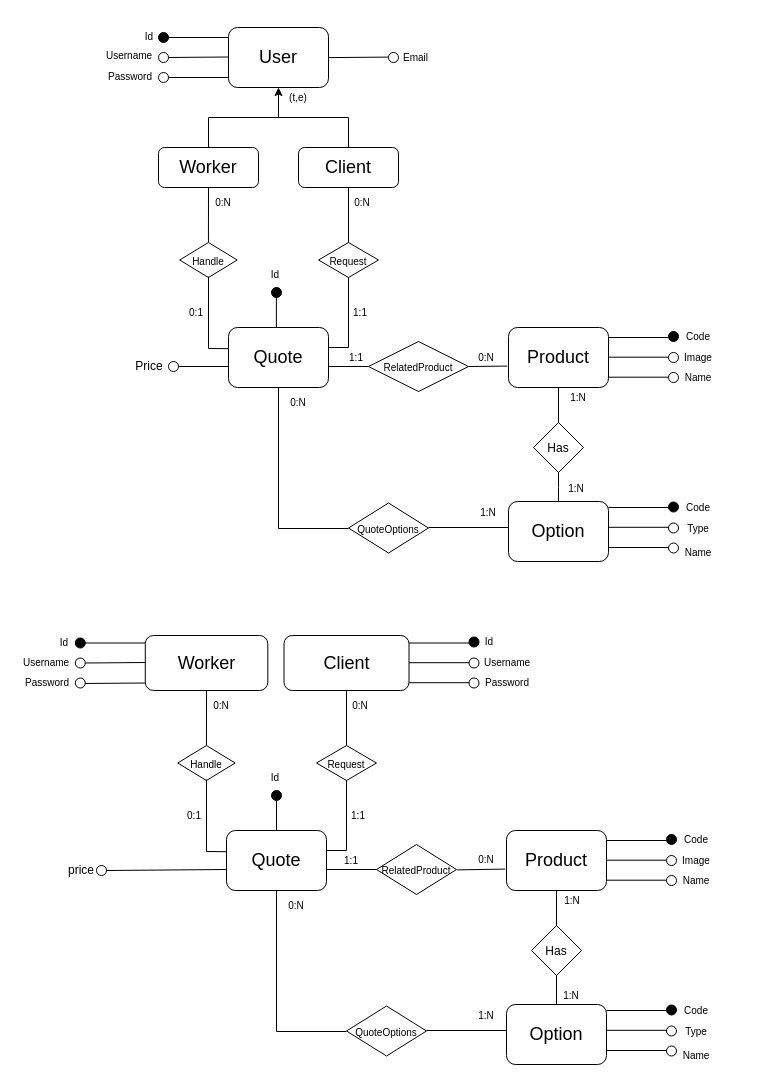
Before: db/quotemanagementdesign.drawio in ManuMerlo/Web-App-Project-TIW-2022-Inghilleri-Merlo, a draw.io diagram. Source tidied: cells renumbered, new cells numbered last; positions are measured from the earlier drawing's top-left corner, leaving out a move shared by most shapes. Both pictures are drawn from the tidied source at 100%, with x=0, y=0 at pixel (17, 19).
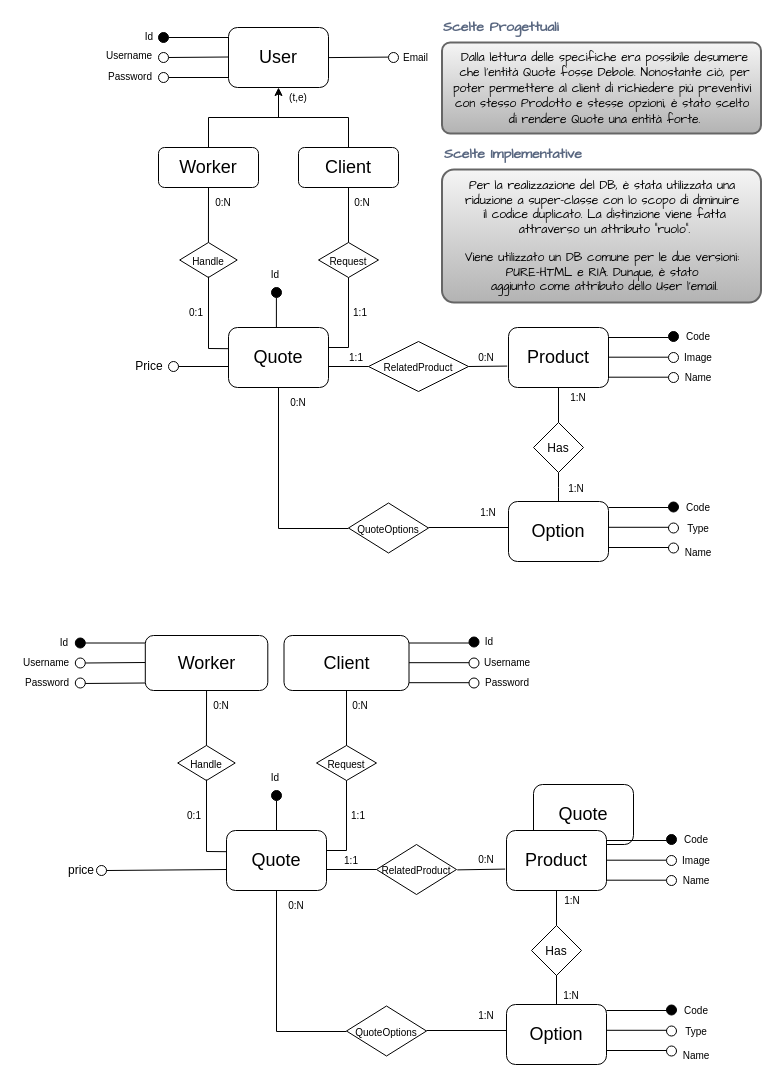
Above is the later version.

Diff of the diagram source:
```diff
@@
     <mxCell id="19" value="&lt;font style=&quot;font-size: 18px&quot;&gt;Quote&lt;/font&gt;" style="rounded=1;whiteSpace=wrap;html=1;" parent="1" vertex="1">
-      <mxGeometry x="211" y="308" width="100" height="60" as="geometry" />
+      <mxGeometry x="516" y="765" width="100" height="60" as="geometry" />
     </mxCell>
@@
+    <mxCell id="152" value="&lt;font style=&quot;font-size: 14px;&quot;&gt;Scelte Progettuali&amp;nbsp;&lt;/font&gt;" style="fillColor=none;strokeColor=none;html=1;fontSize=11;fontStyle=0;align=left;fontColor=#596780;fontStyle=1;fontSize=11;fontFamily=Architects Daughter;" parent="1" vertex="1">
+      <mxGeometry x="424" y="-2" width="240" height="20" as="geometry" />
+    </mxCell>
+    <mxCell id="153" value="&lt;font style=&quot;font-size: 12px;&quot; face=&quot;Architects Daughter&quot;&gt;Dalla lettura delle specifiche era possibile desumere &lt;br&gt;che l'entità Quote fosse Debole. Nonostante ciò, per&lt;br&gt;poter permettere al client di richiedere più preventivi&amp;nbsp;&lt;br&gt;con stesso Prodotto e stesse opzioni, è stato scelto&amp;nbsp;&lt;br&gt;di rendere Quote una entità forte.&lt;/font&gt;" style="rounded=1;arcSize=9;fillColor=#f5f5f5;align=center;spacingLeft=5;strokeColor=#666666;html=1;strokeWidth=2;fontSize=12;gradientColor=#b3b3b3;" parent="1" vertex="1">
+      <mxGeometry x="424.5" y="23" width="319" height="91" as="geometry" />
+    </mxCell>
+    <mxCell id="154" value="&lt;font style=&quot;font-size: 14px;&quot;&gt;Scelte Implementative&lt;/font&gt;" style="fillColor=none;strokeColor=none;html=1;fontSize=11;fontStyle=0;align=left;fontColor=#596780;fontStyle=1;fontSize=11;fontFamily=Architects Daughter;" parent="1" vertex="1">
+      <mxGeometry x="424.5" y="125" width="240" height="20" as="geometry" />
+    </mxCell>
+    <mxCell id="155" value="&lt;div style=&quot;&quot;&gt;&lt;span style=&quot;font-family: &amp;quot;Architects Daughter&amp;quot;; background-color: initial;&quot;&gt;Per la realizzazione del DB, è stata utilizzata una&amp;nbsp;&lt;/span&gt;&lt;/div&gt;&lt;font style=&quot;&quot; face=&quot;Architects Daughter&quot;&gt;&lt;div style=&quot;font-size: 12px;&quot;&gt;&lt;span style=&quot;background-color: initial;&quot;&gt;riduzione a super-classe con lo scopo di diminuire&amp;nbsp;&lt;/span&gt;&lt;/div&gt;&lt;div style=&quot;font-size: 12px;&quot;&gt;&lt;span style=&quot;background-color: initial;&quot;&gt;il codice duplicato. La distinzione viene fatta&lt;/span&gt;&lt;/div&gt;&lt;div style=&quot;font-size: 12px;&quot;&gt;&lt;span style=&quot;background-color: initial;&quot;&gt;attraverso un attributo &quot;ruolo&quot;.&lt;/span&gt;&lt;/div&gt;&lt;div style=&quot;&quot;&gt;&lt;br&gt;&lt;/div&gt;&lt;div style=&quot;&quot;&gt;&lt;span style=&quot;background-color: initial;&quot;&gt;Viene utilizzato un DB comune per le due versioni:&amp;nbsp;&lt;/span&gt;&lt;/div&gt;&lt;div style=&quot;&quot;&gt;&lt;span style=&quot;background-color: initial;&quot;&gt;PURE-HTML e RIA. Dunque,&lt;/span&gt;&lt;span style=&quot;background-color: initial;&quot;&gt;&amp;nbsp;è stato&amp;nbsp;&lt;/span&gt;&lt;/div&gt;&lt;div style=&quot;&quot;&gt;&lt;span style=&quot;background-color: initial;&quot;&gt;aggiunto come attributo dello User l'email.&lt;/span&gt;&lt;/div&gt;&lt;/font&gt;" style="rounded=1;arcSize=9;fillColor=#f5f5f5;align=center;spacingLeft=5;strokeColor=#666666;html=1;strokeWidth=2;fontSize=12;gradientColor=#b3b3b3;" parent="1" vertex="1">
+      <mxGeometry x="424.5" y="150" width="319" height="133" as="geometry" />
+    </mxCell>
+    <mxCell id="156" value="&lt;span style=&quot;font-size: 18px;&quot;&gt;Quote&lt;/span&gt;" style="rounded=1;whiteSpace=wrap;html=1;" parent="1" vertex="1">
+      <mxGeometry x="211" y="308" width="100" height="60" as="geometry" />
+    </mxCell>
```
